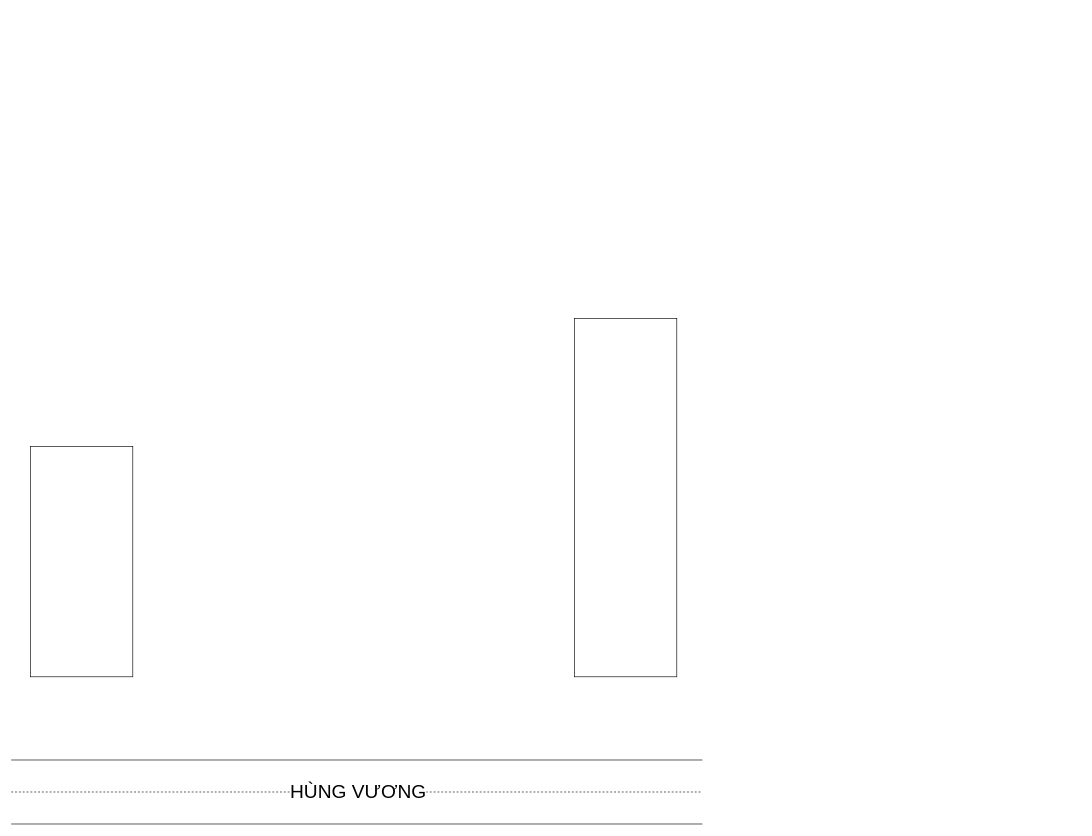
This is Biểu đồ không có tiêu đề.drawio from TroiNguy3n/nguyendinhchieu, a draw.io file, before an edit. Source tidied: cells renumbered, new cells numbered last; positions are measured from the earlier drawing's top-left corner, leaving out a move shared by most shapes. Both pictures are drawn from the tidied source at 64%, with x=0, y=0 at pixel (11, 318).
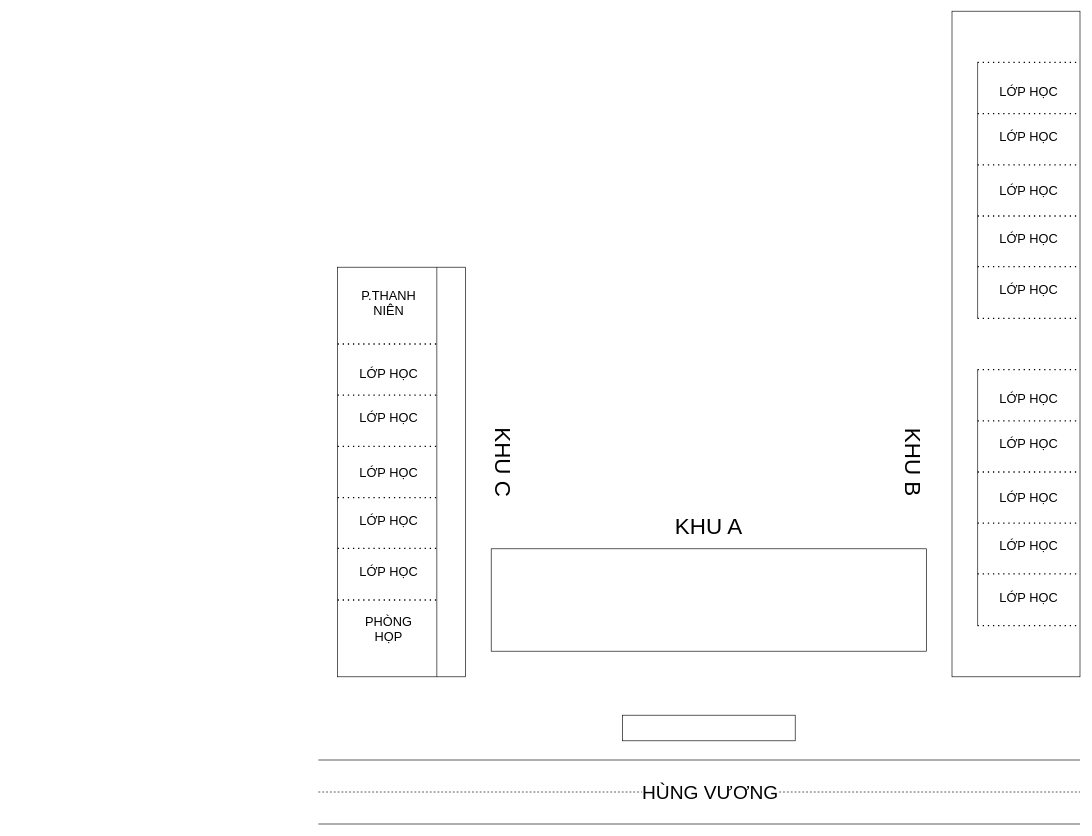
Above is the later version.

Commit message (it also covers changes not shown here):
Cập nhật Biểu đồ không có tiêu đề.drawio

The edit, as a diff of the source:
```diff
@@
     <mxCell id="2" style="endArrow=none;html=1;rounded=0;" parent="1" edge="1">
       <mxGeometry relative="1" as="geometry">
-        <mxPoint y="690" as="sourcePoint" />
-        <mxPoint x="1080" y="690" as="targetPoint" />
+        <mxPoint x="480" y="690" as="sourcePoint" />
+        <mxPoint x="1670" y="690" as="targetPoint" />
       </mxGeometry>
     </mxCell>
     <mxCell id="3" style="endArrow=none;html=1;rounded=0;" parent="1" edge="1">
       <mxGeometry relative="1" as="geometry">
-        <mxPoint y="790" as="sourcePoint" />
-        <mxPoint x="1080" y="790" as="targetPoint" />
+        <mxPoint x="480" y="790" as="sourcePoint" />
+        <mxPoint x="1670" y="790" as="targetPoint" />
       </mxGeometry>
     </mxCell>
     <mxCell id="4" style="endArrow=none;html=1;rounded=0;dashed=1;" parent="1" edge="1">
       <mxGeometry relative="1" as="geometry">
-        <mxPoint y="740" as="sourcePoint" />
-        <mxPoint x="1080" y="740" as="targetPoint" />
+        <mxPoint x="480" y="740" as="sourcePoint" />
+        <mxPoint x="1670" y="740" as="targetPoint" />
       </mxGeometry>
     </mxCell>
     <mxCell id="5" value="HÙNG VƯƠNG" style="edgeLabel;html=1;align=center;verticalAlign=middle;fontSize=30;" parent="4" vertex="1">
       <mxGeometry x="-0.39" y="2" relative="1" as="geometry">
-        <mxPoint x="212" as="offset" />
+        <mxPoint x="248" y="2" as="offset" />
       </mxGeometry>
     </mxCell>
     <mxCell id="6" style="rounded=0;whiteSpace=wrap;html=1;" parent="1" vertex="1">
-      <mxGeometry x="30" y="200" width="160" height="360" as="geometry" />
+      <mxGeometry x="510" y="-80" width="200" height="640" as="geometry" />
     </mxCell>
     <mxCell id="7" style="rounded=0;whiteSpace=wrap;html=1;" parent="1" vertex="1">
-      <mxGeometry x="880" width="160" height="560" as="geometry" />
+      <mxGeometry x="1470" y="-480" width="200" height="1040" as="geometry" />
     </mxCell>
+    <mxCell id="8" style="rounded=0;whiteSpace=wrap;html=1;" parent="1" vertex="1">
+      <mxGeometry x="750" y="360" width="680" height="160" as="geometry" />
+    </mxCell>
+    <mxCell id="9" style="rounded=0;whiteSpace=wrap;html=1;" parent="1" vertex="1">
+      <mxGeometry x="955" y="620" width="270" height="40" as="geometry" />
+    </mxCell>
+    <mxCell id="10" style="endArrow=none;dashed=1;html=1;dashPattern=1 3;strokeWidth=2;rounded=0;exitX=0;exitY=0.75;exitDx=0;exitDy=0;entryX=1;entryY=0.75;entryDx=0;entryDy=0;" parent="1" edge="1">
+      <mxGeometry relative="1" as="geometry">
+        <mxPoint x="510" y="440" as="sourcePoint" />
+        <mxPoint x="670" y="440" as="targetPoint" />
+      </mxGeometry>
+    </mxCell>
+    <mxCell id="11" style="endArrow=none;dashed=1;html=1;dashPattern=1 3;strokeWidth=2;rounded=0;exitX=0;exitY=0.75;exitDx=0;exitDy=0;entryX=1;entryY=0.75;entryDx=0;entryDy=0;" parent="1" edge="1">
+      <mxGeometry relative="1" as="geometry">
+        <mxPoint x="510" y="359.2" as="sourcePoint" />
+        <mxPoint x="670" y="359.2" as="targetPoint" />
+      </mxGeometry>
+    </mxCell>
+    <mxCell id="12" style="endArrow=none;dashed=1;html=1;dashPattern=1 3;strokeWidth=2;rounded=0;exitX=0;exitY=0.75;exitDx=0;exitDy=0;entryX=1;entryY=0.75;entryDx=0;entryDy=0;" parent="1" edge="1">
+      <mxGeometry relative="1" as="geometry">
+        <mxPoint x="510" y="280" as="sourcePoint" />
+        <mxPoint x="670" y="280" as="targetPoint" />
+      </mxGeometry>
+    </mxCell>
+    <mxCell id="13" style="endArrow=none;dashed=1;html=1;dashPattern=1 3;strokeWidth=2;rounded=0;exitX=0;exitY=0.75;exitDx=0;exitDy=0;entryX=1;entryY=0.75;entryDx=0;entryDy=0;" parent="1" edge="1">
+      <mxGeometry relative="1" as="geometry">
+        <mxPoint x="510" y="200" as="sourcePoint" />
+        <mxPoint x="670" y="200" as="targetPoint" />
+      </mxGeometry>
+    </mxCell>
+    <mxCell id="14" style="endArrow=none;dashed=1;html=1;dashPattern=1 3;strokeWidth=2;rounded=0;exitX=0;exitY=0.75;exitDx=0;exitDy=0;entryX=1;entryY=0.75;entryDx=0;entryDy=0;" parent="1" edge="1">
+      <mxGeometry relative="1" as="geometry">
+        <mxPoint x="510" y="120" as="sourcePoint" />
+        <mxPoint x="670" y="120" as="targetPoint" />
+      </mxGeometry>
+    </mxCell>
+    <mxCell id="15" style="endArrow=none;dashed=1;html=1;dashPattern=1 3;strokeWidth=2;rounded=0;exitX=0;exitY=0.75;exitDx=0;exitDy=0;entryX=1;entryY=0.75;entryDx=0;entryDy=0;" parent="1" edge="1">
+      <mxGeometry relative="1" as="geometry">
+        <mxPoint x="510" y="40" as="sourcePoint" />
+        <mxPoint x="670" y="40" as="targetPoint" />
+      </mxGeometry>
+    </mxCell>
+    <mxCell id="16" style="endArrow=none;html=1;rounded=0;entryX=0.75;entryY=0;entryDx=0;entryDy=0;exitX=0.75;exitY=1;exitDx=0;exitDy=0;" parent="1" edge="1">
+      <mxGeometry relative="1" as="geometry">
+        <mxPoint x="665" y="560" as="sourcePoint" />
+        <mxPoint x="665" y="-80" as="targetPoint" />
+      </mxGeometry>
+    </mxCell>
+    <mxCell id="17" value="&lt;font style=&quot;font-size: 20px;&quot;&gt;PHÒNG HỌP&lt;/font&gt;" style="text;html=1;strokeColor=none;fillColor=none;align=center;verticalAlign=middle;whiteSpace=wrap;rounded=0;" parent="1" vertex="1">
+      <mxGeometry x="560" y="470" width="60" height="30" as="geometry" />
+    </mxCell>
+    <mxCell id="18" value="&lt;font style=&quot;font-size: 20px;&quot;&gt;P.THANH NIÊN&lt;/font&gt;" style="text;html=1;strokeColor=none;fillColor=none;align=center;verticalAlign=middle;whiteSpace=wrap;rounded=0;" parent="1" vertex="1">
+      <mxGeometry x="560" y="-40" width="60" height="30" as="geometry" />
+    </mxCell>
+    <mxCell id="19" value="&lt;font style=&quot;font-size: 35px;&quot;&gt;KHU C&lt;/font&gt;" style="text;html=1;strokeColor=none;fillColor=none;align=center;verticalAlign=middle;whiteSpace=wrap;rounded=0;rotation=90;" parent="1" vertex="1">
+      <mxGeometry x="710" y="210" width="120" height="30" as="geometry" />
+    </mxCell>
+    <mxCell id="20" value="&lt;font style=&quot;font-size: 35px;&quot;&gt;KHU B&lt;/font&gt;" style="text;html=1;strokeColor=none;fillColor=none;align=center;verticalAlign=middle;whiteSpace=wrap;rounded=0;rotation=90;" parent="1" vertex="1">
+      <mxGeometry x="1350" y="210" width="120" height="30" as="geometry" />
+    </mxCell>
+    <mxCell id="21" value="&lt;font style=&quot;font-size: 35px;&quot;&gt;KHU A&lt;/font&gt;" style="text;html=1;strokeColor=none;fillColor=none;align=center;verticalAlign=middle;whiteSpace=wrap;rounded=0;rotation=0;" parent="1" vertex="1">
+      <mxGeometry x="1030" y="310" width="120" height="30" as="geometry" />
+    </mxCell>
+    <mxCell id="22" value="&lt;font style=&quot;font-size: 20px;&quot;&gt;LỚP HỌC&lt;/font&gt;" style="text;html=1;strokeColor=none;fillColor=none;align=center;verticalAlign=middle;whiteSpace=wrap;rounded=0;" parent="1" vertex="1">
+      <mxGeometry x="530" y="380" width="120" height="30" as="geometry" />
+    </mxCell>
+    <mxCell id="23" value="&lt;font style=&quot;font-size: 20px;&quot;&gt;LỚP HỌC&lt;/font&gt;" style="text;html=1;strokeColor=none;fillColor=none;align=center;verticalAlign=middle;whiteSpace=wrap;rounded=0;" parent="1" vertex="1">
+      <mxGeometry x="530" y="300" width="120" height="30" as="geometry" />
+    </mxCell>
+    <mxCell id="24" value="&lt;font style=&quot;font-size: 20px;&quot;&gt;LỚP HỌC&lt;/font&gt;" style="text;html=1;strokeColor=none;fillColor=none;align=center;verticalAlign=middle;whiteSpace=wrap;rounded=0;" parent="1" vertex="1">
+      <mxGeometry x="530" y="225" width="120" height="30" as="geometry" />
+    </mxCell>
+    <mxCell id="25" value="&lt;font style=&quot;font-size: 20px;&quot;&gt;LỚP HỌC&lt;/font&gt;" style="text;html=1;strokeColor=none;fillColor=none;align=center;verticalAlign=middle;whiteSpace=wrap;rounded=0;" parent="1" vertex="1">
+      <mxGeometry x="530" y="140" width="120" height="30" as="geometry" />
+    </mxCell>
+    <mxCell id="26" value="&lt;font style=&quot;font-size: 20px;&quot;&gt;LỚP HỌC&lt;/font&gt;" style="text;html=1;strokeColor=none;fillColor=none;align=center;verticalAlign=middle;whiteSpace=wrap;rounded=0;" parent="1" vertex="1">
+      <mxGeometry x="530" y="70" width="120" height="30" as="geometry" />
+    </mxCell>
+    <mxCell id="27" style="endArrow=none;dashed=1;html=1;dashPattern=1 3;strokeWidth=2;rounded=0;exitX=0;exitY=0.75;exitDx=0;exitDy=0;entryX=1;entryY=0.75;entryDx=0;entryDy=0;" parent="1" edge="1">
+      <mxGeometry relative="1" as="geometry">
+        <mxPoint x="1510" y="480" as="sourcePoint" />
+        <mxPoint x="1670" y="480" as="targetPoint" />
+      </mxGeometry>
+    </mxCell>
+    <mxCell id="28" style="endArrow=none;dashed=1;html=1;dashPattern=1 3;strokeWidth=2;rounded=0;exitX=0;exitY=0.75;exitDx=0;exitDy=0;entryX=1;entryY=0.75;entryDx=0;entryDy=0;" parent="1" edge="1">
+      <mxGeometry relative="1" as="geometry">
+        <mxPoint x="1510" y="399.2" as="sourcePoint" />
+        <mxPoint x="1670" y="399.2" as="targetPoint" />
+      </mxGeometry>
+    </mxCell>
+    <mxCell id="29" style="endArrow=none;dashed=1;html=1;dashPattern=1 3;strokeWidth=2;rounded=0;exitX=0;exitY=0.75;exitDx=0;exitDy=0;entryX=1;entryY=0.75;entryDx=0;entryDy=0;" parent="1" edge="1">
+      <mxGeometry relative="1" as="geometry">
+        <mxPoint x="1510" y="320" as="sourcePoint" />
+        <mxPoint x="1670" y="320" as="targetPoint" />
+      </mxGeometry>
+    </mxCell>
+    <mxCell id="30" style="endArrow=none;dashed=1;html=1;dashPattern=1 3;strokeWidth=2;rounded=0;exitX=0;exitY=0.75;exitDx=0;exitDy=0;entryX=1;entryY=0.75;entryDx=0;entryDy=0;" parent="1" edge="1">
+      <mxGeometry relative="1" as="geometry">
+        <mxPoint x="1510" y="240" as="sourcePoint" />
+        <mxPoint x="1670" y="240" as="targetPoint" />
+      </mxGeometry>
+    </mxCell>
+    <mxCell id="31" style="endArrow=none;dashed=1;html=1;dashPattern=1 3;strokeWidth=2;rounded=0;exitX=0;exitY=0.75;exitDx=0;exitDy=0;entryX=1;entryY=0.75;entryDx=0;entryDy=0;" parent="1" edge="1">
+      <mxGeometry relative="1" as="geometry">
+        <mxPoint x="1510" y="160" as="sourcePoint" />
+        <mxPoint x="1670" y="160" as="targetPoint" />
+      </mxGeometry>
+    </mxCell>
+    <mxCell id="32" style="endArrow=none;dashed=1;html=1;dashPattern=1 3;strokeWidth=2;rounded=0;exitX=0;exitY=0.75;exitDx=0;exitDy=0;entryX=1;entryY=0.75;entryDx=0;entryDy=0;" parent="1" edge="1">
+      <mxGeometry relative="1" as="geometry">
+        <mxPoint x="1510" y="80" as="sourcePoint" />
+        <mxPoint x="1670" y="80" as="targetPoint" />
+      </mxGeometry>
+    </mxCell>
+    <mxCell id="33" style="endArrow=none;dashed=1;html=1;dashPattern=1 3;strokeWidth=2;rounded=0;exitX=0;exitY=0.75;exitDx=0;exitDy=0;entryX=1;entryY=0.75;entryDx=0;entryDy=0;" parent="1" edge="1">
+      <mxGeometry relative="1" as="geometry">
+        <mxPoint x="1510" as="sourcePoint" />
+        <mxPoint x="1670" as="targetPoint" />
+      </mxGeometry>
+    </mxCell>
+    <mxCell id="34" style="endArrow=none;dashed=1;html=1;dashPattern=1 3;strokeWidth=2;rounded=0;exitX=0;exitY=0.75;exitDx=0;exitDy=0;entryX=1;entryY=0.75;entryDx=0;entryDy=0;" parent="1" edge="1">
+      <mxGeometry relative="1" as="geometry">
+        <mxPoint x="1510" y="-80.8" as="sourcePoint" />
+        <mxPoint x="1670" y="-80.8" as="targetPoint" />
+      </mxGeometry>
+    </mxCell>
+    <mxCell id="35" style="endArrow=none;dashed=1;html=1;dashPattern=1 3;strokeWidth=2;rounded=0;exitX=0;exitY=0.75;exitDx=0;exitDy=0;entryX=1;entryY=0.75;entryDx=0;entryDy=0;" parent="1" edge="1">
+      <mxGeometry relative="1" as="geometry">
+        <mxPoint x="1510" y="-160" as="sourcePoint" />
+        <mxPoint x="1670" y="-160" as="targetPoint" />
+      </mxGeometry>
+    </mxCell>
+    <mxCell id="36" style="endArrow=none;dashed=1;html=1;dashPattern=1 3;strokeWidth=2;rounded=0;exitX=0;exitY=0.75;exitDx=0;exitDy=0;entryX=1;entryY=0.75;entryDx=0;entryDy=0;" parent="1" edge="1">
+      <mxGeometry relative="1" as="geometry">
+        <mxPoint x="1510" y="-240" as="sourcePoint" />
+        <mxPoint x="1670" y="-240" as="targetPoint" />
+      </mxGeometry>
+    </mxCell>
+    <mxCell id="37" style="endArrow=none;dashed=1;html=1;dashPattern=1 3;strokeWidth=2;rounded=0;exitX=0;exitY=0.75;exitDx=0;exitDy=0;entryX=1;entryY=0.75;entryDx=0;entryDy=0;" parent="1" edge="1">
+      <mxGeometry relative="1" as="geometry">
+        <mxPoint x="1510" y="-320" as="sourcePoint" />
+        <mxPoint x="1670" y="-320" as="targetPoint" />
+      </mxGeometry>
+    </mxCell>
+    <mxCell id="38" style="endArrow=none;dashed=1;html=1;dashPattern=1 3;strokeWidth=2;rounded=0;exitX=0;exitY=0.75;exitDx=0;exitDy=0;entryX=1;entryY=0.75;entryDx=0;entryDy=0;" parent="1" edge="1">
+      <mxGeometry relative="1" as="geometry">
+        <mxPoint x="1510" y="-400" as="sourcePoint" />
+        <mxPoint x="1670" y="-400" as="targetPoint" />
+      </mxGeometry>
+    </mxCell>
+    <mxCell id="39" style="endArrow=none;html=1;rounded=0;exitX=0.75;exitY=1;exitDx=0;exitDy=0;" parent="1" edge="1">
+      <mxGeometry relative="1" as="geometry">
+        <mxPoint x="1510" y="480" as="sourcePoint" />
+        <mxPoint x="1510" y="80" as="targetPoint" />
+      </mxGeometry>
+    </mxCell>
+    <mxCell id="40" style="endArrow=none;html=1;rounded=0;exitX=0.75;exitY=1;exitDx=0;exitDy=0;" parent="1" edge="1">
+      <mxGeometry relative="1" as="geometry">
+        <mxPoint x="1510" as="sourcePoint" />
+        <mxPoint x="1510" y="-400" as="targetPoint" />
+      </mxGeometry>
+    </mxCell>
+    <mxCell id="41" value="&lt;font style=&quot;font-size: 20px;&quot;&gt;LỚP HỌC&lt;/font&gt;" style="text;html=1;strokeColor=none;fillColor=none;align=center;verticalAlign=middle;whiteSpace=wrap;rounded=0;" parent="1" vertex="1">
+      <mxGeometry x="1530" y="420" width="120" height="30" as="geometry" />
+    </mxCell>
+    <mxCell id="42" value="&lt;font style=&quot;font-size: 20px;&quot;&gt;LỚP HỌC&lt;/font&gt;" style="text;html=1;strokeColor=none;fillColor=none;align=center;verticalAlign=middle;whiteSpace=wrap;rounded=0;" parent="1" vertex="1">
+      <mxGeometry x="1530" y="340" width="120" height="30" as="geometry" />
+    </mxCell>
+    <mxCell id="43" value="&lt;font style=&quot;font-size: 20px;&quot;&gt;LỚP HỌC&lt;/font&gt;" style="text;html=1;strokeColor=none;fillColor=none;align=center;verticalAlign=middle;whiteSpace=wrap;rounded=0;" parent="1" vertex="1">
+      <mxGeometry x="1530" y="265" width="120" height="30" as="geometry" />
+    </mxCell>
+    <mxCell id="44" value="&lt;font style=&quot;font-size: 20px;&quot;&gt;LỚP HỌC&lt;/font&gt;" style="text;html=1;strokeColor=none;fillColor=none;align=center;verticalAlign=middle;whiteSpace=wrap;rounded=0;" parent="1" vertex="1">
+      <mxGeometry x="1530" y="180" width="120" height="30" as="geometry" />
+    </mxCell>
+    <mxCell id="45" value="&lt;font style=&quot;font-size: 20px;&quot;&gt;LỚP HỌC&lt;/font&gt;" style="text;html=1;strokeColor=none;fillColor=none;align=center;verticalAlign=middle;whiteSpace=wrap;rounded=0;" parent="1" vertex="1">
+      <mxGeometry x="1530" y="110" width="120" height="30" as="geometry" />
+    </mxCell>
+    <mxCell id="46" value="&lt;font style=&quot;font-size: 20px;&quot;&gt;LỚP HỌC&lt;/font&gt;" style="text;html=1;strokeColor=none;fillColor=none;align=center;verticalAlign=middle;whiteSpace=wrap;rounded=0;" parent="1" vertex="1">
+      <mxGeometry x="1530" y="-60" width="120" height="30" as="geometry" />
+    </mxCell>
+    <mxCell id="47" value="&lt;font style=&quot;font-size: 20px;&quot;&gt;LỚP HỌC&lt;/font&gt;" style="text;html=1;strokeColor=none;fillColor=none;align=center;verticalAlign=middle;whiteSpace=wrap;rounded=0;" parent="1" vertex="1">
+      <mxGeometry x="1530" y="-140" width="120" height="30" as="geometry" />
+    </mxCell>
+    <mxCell id="48" value="&lt;font style=&quot;font-size: 20px;&quot;&gt;LỚP HỌC&lt;/font&gt;" style="text;html=1;strokeColor=none;fillColor=none;align=center;verticalAlign=middle;whiteSpace=wrap;rounded=0;" parent="1" vertex="1">
+      <mxGeometry x="1530" y="-215" width="120" height="30" as="geometry" />
+    </mxCell>
+    <mxCell id="49" value="&lt;font style=&quot;font-size: 20px;&quot;&gt;LỚP HỌC&lt;/font&gt;" style="text;html=1;strokeColor=none;fillColor=none;align=center;verticalAlign=middle;whiteSpace=wrap;rounded=0;" parent="1" vertex="1">
+      <mxGeometry x="1530" y="-300" width="120" height="30" as="geometry" />
+    </mxCell>
+    <mxCell id="50" value="&lt;font style=&quot;font-size: 20px;&quot;&gt;LỚP HỌC&lt;/font&gt;" style="text;html=1;strokeColor=none;fillColor=none;align=center;verticalAlign=middle;whiteSpace=wrap;rounded=0;" parent="1" vertex="1">
+      <mxGeometry x="1530" y="-370" width="120" height="30" as="geometry" />
+    </mxCell>
```
